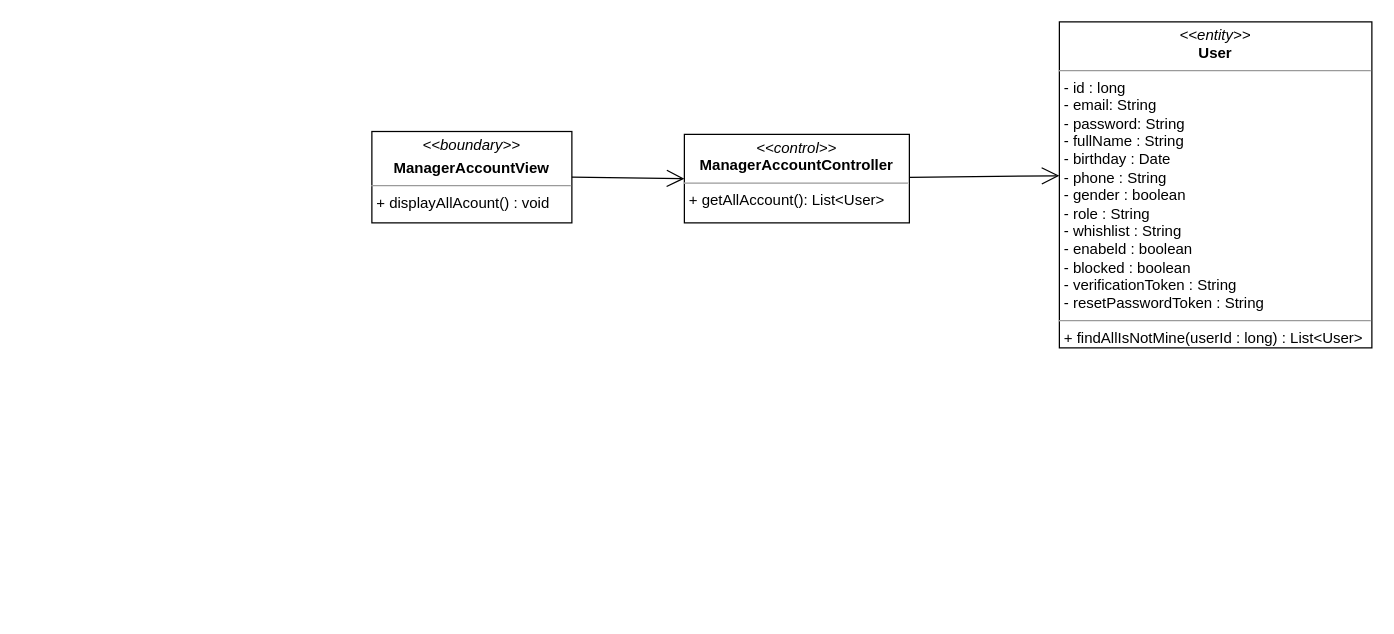
Earlier version of the draw.io diagram class diagram/manager-user-class-diagram.drawio (nguyenphamvan/datn_20202). Source tidied: cells renumbered, new cells numbered last; positions are measured from the earlier drawing's top-left corner, leaving out a move shared by most shapes. Both pictures are drawn from the tidied source at 125%, with x=0, y=0 at pixel (371, 21).
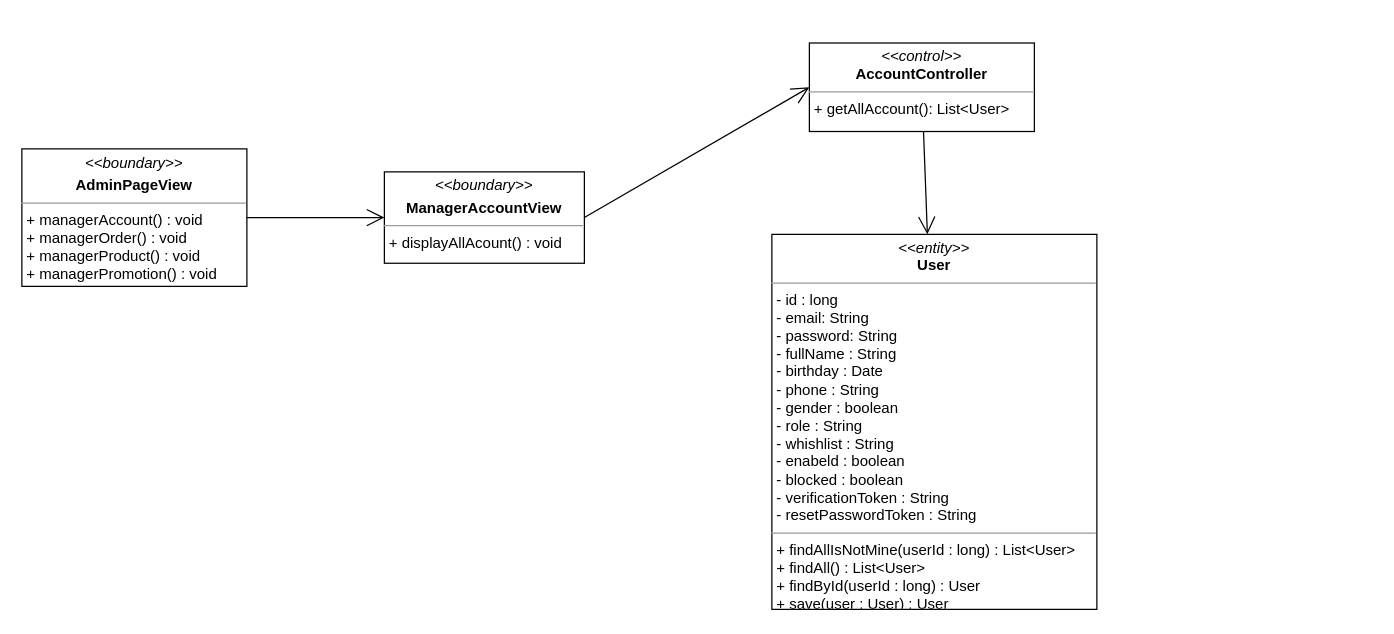
After the change.

What changed in the source:
```diff
@@
 <mxGraphModel>
   <root>
     <mxCell id="0" />
     <mxCell id="1" parent="0" />
-    <mxCell id="2" value="&lt;p style=&quot;margin: 0px ; margin-top: 4px ; text-align: center&quot;&gt;&lt;i&gt;&amp;lt;&amp;lt;boundary&amp;gt;&amp;gt;&lt;/i&gt;&lt;/p&gt;&lt;p style=&quot;margin: 0px ; margin-top: 4px ; text-align: center&quot;&gt;&lt;b&gt;ManagerAccountView&lt;/b&gt;&lt;/p&gt;&lt;hr size=&quot;1&quot;&gt;&lt;p style=&quot;margin: 0px ; margin-left: 4px&quot;&gt;&lt;span&gt;+ displayAllAcount() : void&lt;/span&gt;&lt;br&gt;&lt;/p&gt;" style="verticalAlign=top;align=left;overflow=fill;fontSize=12;fontFamily=Helvetica;html=1;" parent="1" vertex="1">
-      <mxGeometry y="87.7" width="160" height="73.1" as="geometry" />
+    <mxCell id="2" value="&lt;p style=&quot;margin: 0px ; margin-top: 4px ; text-align: center&quot;&gt;&lt;i&gt;&amp;lt;&amp;lt;boundary&amp;gt;&amp;gt;&lt;/i&gt;&lt;/p&gt;&lt;p style=&quot;margin: 0px ; margin-top: 4px ; text-align: center&quot;&gt;&lt;b&gt;ManagerAccountView&lt;/b&gt;&lt;/p&gt;&lt;hr size=&quot;1&quot;&gt;&lt;p style=&quot;margin: 0px ; margin-left: 4px&quot;&gt;&lt;span&gt;+ displayAllAcount() : void&lt;/span&gt;&lt;/p&gt;" style="verticalAlign=top;align=left;overflow=fill;fontSize=12;fontFamily=Helvetica;html=1;" parent="1" vertex="1">
+      <mxGeometry x="10" y="120" width="160" height="73.1" as="geometry" />
     </mxCell>
     <mxCell id="3" style="endArrow=open;endFill=1;endSize=12;html=1;entryX=0;entryY=0.5;entryDx=0;entryDy=0;exitX=1;exitY=0.5;exitDx=0;exitDy=0;" parent="1" edge="1" source="2" target="5">
       <mxGeometry relative="1" as="geometry" />
     </mxCell>
-    <mxCell id="4" value="&lt;p style=&quot;margin: 0px ; margin-top: 4px ; text-align: center&quot;&gt;&lt;i&gt;&amp;lt;&amp;lt;entity&amp;gt;&amp;gt;&lt;/i&gt;&lt;br&gt;&lt;b&gt;User&lt;/b&gt;&lt;/p&gt;&lt;hr size=&quot;1&quot;&gt;&lt;p style=&quot;margin: 0px ; margin-left: 4px&quot;&gt;- id : long&lt;/p&gt;&lt;p style=&quot;margin: 0px ; margin-left: 4px&quot;&gt;- email: String&lt;br&gt;- password: String&lt;/p&gt;&lt;p style=&quot;margin: 0px ; margin-left: 4px&quot;&gt;- fullName : String&lt;/p&gt;&lt;p style=&quot;margin: 0px ; margin-left: 4px&quot;&gt;- birthday : Date&lt;/p&gt;&lt;p style=&quot;margin: 0px ; margin-left: 4px&quot;&gt;- phone : String&lt;/p&gt;&lt;p style=&quot;margin: 0px ; margin-left: 4px&quot;&gt;- gender : boolean&lt;/p&gt;&lt;p style=&quot;margin: 0px ; margin-left: 4px&quot;&gt;- role : String&lt;/p&gt;&lt;p style=&quot;margin: 0px ; margin-left: 4px&quot;&gt;- whishlist : String&lt;/p&gt;&lt;p style=&quot;margin: 0px ; margin-left: 4px&quot;&gt;- enabeld : boolean&lt;/p&gt;&lt;p style=&quot;margin: 0px ; margin-left: 4px&quot;&gt;- blocked : boolean&lt;/p&gt;&lt;p style=&quot;margin: 0px ; margin-left: 4px&quot;&gt;- verificationToken : String&lt;/p&gt;&lt;p style=&quot;margin: 0px ; margin-left: 4px&quot;&gt;- resetPasswordToken : String&lt;/p&gt;&lt;hr size=&quot;1&quot;&gt;&lt;p style=&quot;margin: 0px ; margin-left: 4px&quot;&gt;+ findAllIsNotMine(userId : long) : List&amp;lt;User&amp;gt;&lt;/p&gt;" style="verticalAlign=top;align=left;overflow=fill;fontSize=12;fontFamily=Helvetica;html=1;" parent="1" vertex="1">
-      <mxGeometry x="550" width="250" height="260.8" as="geometry" />
+    <mxCell id="4" value="&lt;p style=&quot;margin: 0px ; margin-top: 4px ; text-align: center&quot;&gt;&lt;i&gt;&amp;lt;&amp;lt;entity&amp;gt;&amp;gt;&lt;/i&gt;&lt;br&gt;&lt;b&gt;User&lt;/b&gt;&lt;/p&gt;&lt;hr size=&quot;1&quot;&gt;&lt;p style=&quot;margin: 0px ; margin-left: 4px&quot;&gt;- id : long&lt;/p&gt;&lt;p style=&quot;margin: 0px ; margin-left: 4px&quot;&gt;- email: String&lt;br&gt;- password: String&lt;/p&gt;&lt;p style=&quot;margin: 0px ; margin-left: 4px&quot;&gt;- fullName : String&lt;/p&gt;&lt;p style=&quot;margin: 0px ; margin-left: 4px&quot;&gt;- birthday : Date&lt;/p&gt;&lt;p style=&quot;margin: 0px ; margin-left: 4px&quot;&gt;- phone : String&lt;/p&gt;&lt;p style=&quot;margin: 0px ; margin-left: 4px&quot;&gt;- gender : boolean&lt;/p&gt;&lt;p style=&quot;margin: 0px ; margin-left: 4px&quot;&gt;- role : String&lt;/p&gt;&lt;p style=&quot;margin: 0px ; margin-left: 4px&quot;&gt;- whishlist : String&lt;/p&gt;&lt;p style=&quot;margin: 0px ; margin-left: 4px&quot;&gt;- enabeld : boolean&lt;/p&gt;&lt;p style=&quot;margin: 0px ; margin-left: 4px&quot;&gt;- blocked : boolean&lt;/p&gt;&lt;p style=&quot;margin: 0px ; margin-left: 4px&quot;&gt;- verificationToken : String&lt;/p&gt;&lt;p style=&quot;margin: 0px ; margin-left: 4px&quot;&gt;- resetPasswordToken : String&lt;/p&gt;&lt;hr size=&quot;1&quot;&gt;&lt;p style=&quot;margin: 0px ; margin-left: 4px&quot;&gt;+ findAllIsNotMine(userId : long) : List&amp;lt;User&amp;gt;&lt;/p&gt;&lt;p style=&quot;margin: 0px 0px 0px 4px&quot;&gt;+ findAll() : List&amp;lt;User&amp;gt;&lt;/p&gt;&lt;p style=&quot;margin: 0px 0px 0px 4px&quot;&gt;+ findById(userId : long) : User&lt;/p&gt;&lt;p style=&quot;margin: 0px 0px 0px 4px&quot;&gt;+ save(user : User) : User&lt;/p&gt;" style="verticalAlign=top;align=left;overflow=fill;fontSize=12;fontFamily=Helvetica;html=1;" parent="1" vertex="1">
+      <mxGeometry x="320" y="170" width="260" height="300" as="geometry" />
     </mxCell>
-    <mxCell id="5" value="&lt;p style=&quot;margin: 0px ; margin-top: 4px ; text-align: center&quot;&gt;&lt;i&gt;&amp;lt;&amp;lt;control&amp;gt;&amp;gt;&lt;/i&gt;&lt;br&gt;&lt;b&gt;ManagerAccountController&lt;/b&gt;&lt;/p&gt;&lt;hr size=&quot;1&quot;&gt;&lt;p style=&quot;margin: 0px ; margin-left: 4px&quot;&gt;+ getAllAccount(): List&amp;lt;User&amp;gt;&lt;br&gt;&lt;/p&gt;" style="verticalAlign=top;align=left;overflow=fill;fontSize=12;fontFamily=Helvetica;html=1;" parent="1" vertex="1">
-      <mxGeometry x="250" y="90" width="180" height="70.8" as="geometry" />
+    <mxCell id="5" value="&lt;p style=&quot;margin: 0px ; margin-top: 4px ; text-align: center&quot;&gt;&lt;i&gt;&amp;lt;&amp;lt;control&amp;gt;&amp;gt;&lt;/i&gt;&lt;br&gt;&lt;b&gt;AccountController&lt;/b&gt;&lt;/p&gt;&lt;hr size=&quot;1&quot;&gt;&lt;p style=&quot;margin: 0px ; margin-left: 4px&quot;&gt;+ getAllAccount(): List&amp;lt;User&amp;gt;&lt;br&gt;&lt;/p&gt;" style="verticalAlign=top;align=left;overflow=fill;fontSize=12;fontFamily=Helvetica;html=1;" parent="1" vertex="1">
+      <mxGeometry x="350" y="16.9" width="180" height="70.8" as="geometry" />
     </mxCell>
-    <mxCell id="6" style="endArrow=open;endFill=1;endSize=12;html=1;entryX=0;entryY=0.472;entryDx=0;entryDy=0;entryPerimeter=0;" parent="1" edge="1" source="5" target="4">
+    <mxCell id="6" style="endArrow=open;endFill=1;endSize=12;html=1;" parent="1" edge="1" source="5" target="4">
       <mxGeometry relative="1" as="geometry" />
     </mxCell>
+    <mxCell id="7" value="&lt;p style=&quot;margin: 0px ; margin-top: 4px ; text-align: center&quot;&gt;&lt;i&gt;&amp;lt;&amp;lt;boundary&amp;gt;&amp;gt;&lt;/i&gt;&lt;/p&gt;&lt;p style=&quot;margin: 0px ; margin-top: 4px ; text-align: center&quot;&gt;&lt;b&gt;AdminPageView&lt;/b&gt;&lt;/p&gt;&lt;hr size=&quot;1&quot;&gt;&lt;p style=&quot;margin: 0px ; margin-left: 4px&quot;&gt;&lt;span&gt;+ managerAccount() : void&lt;/span&gt;&lt;br&gt;&lt;/p&gt;&lt;p style=&quot;margin: 0px ; margin-left: 4px&quot;&gt;&lt;span&gt;+ managerOrder() : void&lt;/span&gt;&lt;/p&gt;&lt;p style=&quot;margin: 0px ; margin-left: 4px&quot;&gt;&lt;span&gt;+ managerProduct() : void&lt;/span&gt;&lt;/p&gt;&lt;p style=&quot;margin: 0px ; margin-left: 4px&quot;&gt;&lt;span&gt;+ managerPromotion() : void&lt;/span&gt;&lt;/p&gt;" style="verticalAlign=top;align=left;overflow=fill;fontSize=12;fontFamily=Helvetica;html=1;" parent="1" vertex="1">
+      <mxGeometry x="-280" y="101.6" width="180" height="110" as="geometry" />
+    </mxCell>
+    <mxCell id="8" style="endArrow=open;endFill=1;endSize=12;html=1;" parent="1" edge="1" source="7" target="2">
+      <mxGeometry relative="1" as="geometry" />
+    </mxCell>
   </root>
 </mxGraphModel>
```
